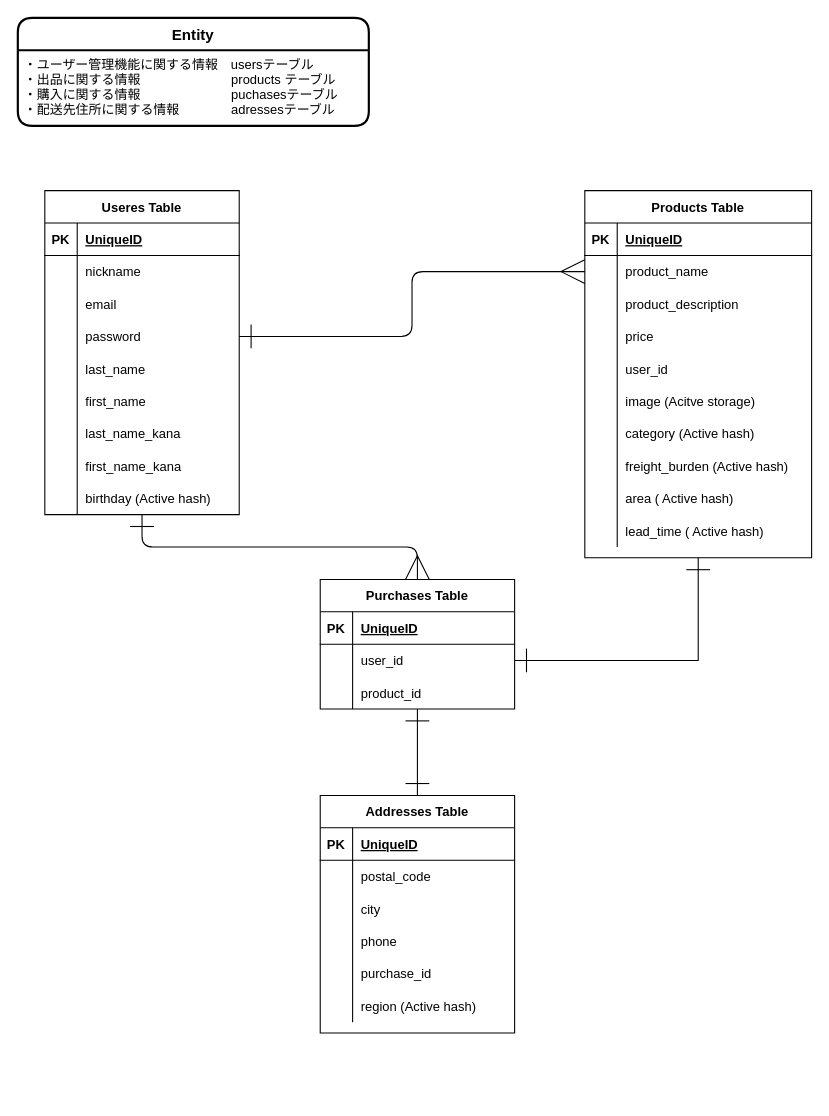
Earlier version of the draw.io diagram furima.dio (Toyosato-Yamaguchi/furima-34406). Source tidied: cells renumbered, new cells numbered last; positions are measured from the earlier drawing's top-left corner, leaving out a move shared by most shapes. Both pictures are drawn from the tidied source at 108%, with x=0, y=0 at pixel (17, 17).
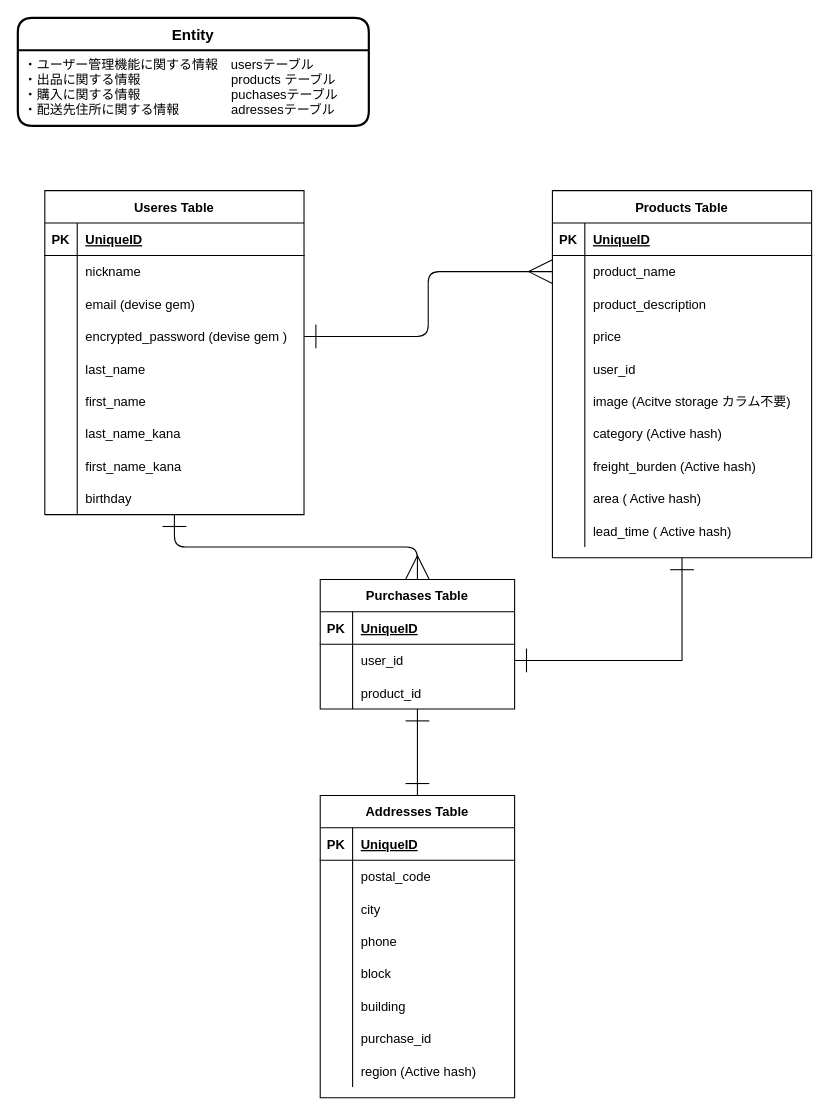
Above is the later version.

Change to the diagram source:
```diff
@@
     <mxCell id="4" value="Useres Table" style="shape=table;startSize=30;childLayout=tableLayout;rowLines=0;fontStyle=1;align=center;" parent="1" vertex="1">
-      <mxGeometry x="25" y="160" width="180" height="300" as="geometry" />
+      <mxGeometry x="25" y="160" width="240" height="300" as="geometry" />
     </mxCell>
     <mxCell id="5" style="shape=partialRectangle;fillColor=none;top=0;left=0;bottom=1;right=0;" parent="4" vertex="1">
-      <mxGeometry y="30" width="180" height="30" as="geometry" />
+      <mxGeometry y="30" width="240" height="30" as="geometry" />
     </mxCell>
@@
     <mxCell id="7" value="UniqueID" style="shape=partialRectangle;fillColor=none;top=0;left=0;bottom=0;right=0;align=left;spacingLeft=6;fontStyle=5;overflow=hidden;" parent="5" vertex="1">
-      <mxGeometry x="30" width="150" height="30" as="geometry" />
+      <mxGeometry x="30" width="210" height="30" as="geometry" />
     </mxCell>
     <mxCell id="8" style="shape=partialRectangle;fillColor=none;top=0;left=0;bottom=0;right=0;" parent="4" vertex="1">
-      <mxGeometry y="60" width="180" height="30" as="geometry" />
+      <mxGeometry y="60" width="240" height="30" as="geometry" />
     </mxCell>
@@
     <mxCell id="10" value="nickname" style="shape=partialRectangle;fillColor=none;top=0;left=0;bottom=0;right=0;align=left;spacingLeft=6;overflow=hidden;" parent="8" vertex="1">
-      <mxGeometry x="30" width="150" height="30" as="geometry" />
+      <mxGeometry x="30" width="210" height="30" as="geometry" />
     </mxCell>
     <mxCell id="11" style="shape=partialRectangle;fillColor=none;top=0;left=0;bottom=0;right=0;" parent="4" vertex="1">
-      <mxGeometry y="90" width="180" height="30" as="geometry" />
+      <mxGeometry y="90" width="240" height="30" as="geometry" />
     </mxCell>
@@
-    <mxCell id="13" value="email" style="shape=partialRectangle;fillColor=none;top=0;left=0;bottom=0;right=0;align=left;spacingLeft=6;overflow=hidden;" parent="11" vertex="1">
-      <mxGeometry x="30" width="150" height="30" as="geometry" />
+    <mxCell id="13" value="email (devise gem)" style="shape=partialRectangle;fillColor=none;top=0;left=0;bottom=0;right=0;align=left;spacingLeft=6;overflow=hidden;" parent="11" vertex="1">
+      <mxGeometry x="30" width="210" height="30" as="geometry" />
     </mxCell>
     <mxCell id="14" style="shape=partialRectangle;fillColor=none;top=0;left=0;bottom=0;right=0;points=[[0,0.5],[1,0.5]];portConstraint=eastwest;" parent="4" vertex="1">
-      <mxGeometry y="120" width="180" height="30" as="geometry" />
+      <mxGeometry y="120" width="240" height="30" as="geometry" />
     </mxCell>
@@
-    <mxCell id="16" value="password" style="shape=partialRectangle;fillColor=none;top=0;left=0;bottom=0;right=0;align=left;spacingLeft=6;overflow=hidden;" parent="14" vertex="1">
-      <mxGeometry x="30" width="150" height="30" as="geometry" />
+    <mxCell id="16" value="encrypted_password (devise gem )" style="shape=partialRectangle;fillColor=none;top=0;left=0;bottom=0;right=0;align=left;spacingLeft=6;overflow=hidden;" parent="14" vertex="1">
+      <mxGeometry x="30" width="210" height="30" as="geometry" />
     </mxCell>
     <mxCell id="17" style="shape=partialRectangle;fillColor=none;top=0;left=0;bottom=0;right=0;" parent="4" vertex="1">
-      <mxGeometry y="150" width="180" height="30" as="geometry" />
+      <mxGeometry y="150" width="240" height="30" as="geometry" />
     </mxCell>
@@
     <mxCell id="19" value="last_name" style="shape=partialRectangle;fillColor=none;top=0;left=0;bottom=0;right=0;align=left;spacingLeft=6;overflow=hidden;" parent="17" vertex="1">
-      <mxGeometry x="30" width="150" height="30" as="geometry" />
+      <mxGeometry x="30" width="210" height="30" as="geometry" />
     </mxCell>
     <mxCell id="20" style="shape=partialRectangle;fillColor=none;top=0;left=0;bottom=0;right=0;" parent="4" vertex="1">
-      <mxGeometry y="180" width="180" height="30" as="geometry" />
+      <mxGeometry y="180" width="240" height="30" as="geometry" />
     </mxCell>
@@
     <mxCell id="22" value="first_name" style="shape=partialRectangle;fillColor=none;top=0;left=0;bottom=0;right=0;align=left;spacingLeft=6;overflow=hidden;" parent="20" vertex="1">
-      <mxGeometry x="30" width="150" height="30" as="geometry" />
+      <mxGeometry x="30" width="210" height="30" as="geometry" />
     </mxCell>
     <mxCell id="23" style="shape=partialRectangle;fillColor=none;top=0;left=0;bottom=0;right=0;" parent="4" vertex="1">
-      <mxGeometry y="210" width="180" height="30" as="geometry" />
+      <mxGeometry y="210" width="240" height="30" as="geometry" />
     </mxCell>
@@
     <mxCell id="25" value="last_name_kana" style="shape=partialRectangle;fillColor=none;top=0;left=0;bottom=0;right=0;align=left;spacingLeft=6;overflow=hidden;" parent="23" vertex="1">
-      <mxGeometry x="30" width="150" height="30" as="geometry" />
+      <mxGeometry x="30" width="210" height="30" as="geometry" />
     </mxCell>
     <mxCell id="26" style="shape=partialRectangle;fillColor=none;top=0;left=0;bottom=0;right=0;" parent="4" vertex="1">
-      <mxGeometry y="240" width="180" height="30" as="geometry" />
+      <mxGeometry y="240" width="240" height="30" as="geometry" />
     </mxCell>
@@
     <mxCell id="28" value="first_name_kana" style="shape=partialRectangle;fillColor=none;top=0;left=0;bottom=0;right=0;align=left;spacingLeft=6;overflow=hidden;" parent="26" vertex="1">
-      <mxGeometry x="30" width="150" height="30" as="geometry" />
+      <mxGeometry x="30" width="210" height="30" as="geometry" />
     </mxCell>
     <mxCell id="29" style="shape=partialRectangle;fillColor=none;top=0;left=0;bottom=0;right=0;" parent="4" vertex="1">
-      <mxGeometry y="270" width="180" height="30" as="geometry" />
+      <mxGeometry y="270" width="240" height="30" as="geometry" />
     </mxCell>
@@
-    <mxCell id="31" value="birthday (Active hash)" style="shape=partialRectangle;fillColor=none;top=0;left=0;bottom=0;right=0;align=left;spacingLeft=6;overflow=hidden;" parent="29" vertex="1">
-      <mxGeometry x="30" width="150" height="30" as="geometry" />
+    <mxCell id="31" value="birthday" style="shape=partialRectangle;fillColor=none;top=0;left=0;bottom=0;right=0;align=left;spacingLeft=6;overflow=hidden;" parent="29" vertex="1">
+      <mxGeometry x="30" width="210" height="30" as="geometry" />
     </mxCell>
@@
     <mxCell id="33" value="Products Table" style="shape=table;startSize=30;childLayout=tableLayout;rowLines=0;fontStyle=1;align=center;" parent="1" vertex="1">
-      <mxGeometry x="525" y="160" width="210" height="340" as="geometry" />
+      <mxGeometry x="495" y="160" width="240" height="340" as="geometry" />
     </mxCell>
     <mxCell id="34" style="shape=partialRectangle;fillColor=none;top=0;left=0;bottom=1;right=0;" parent="33" vertex="1">
-      <mxGeometry y="30" width="210" height="30" as="geometry" />
+      <mxGeometry y="30" width="240" height="30" as="geometry" />
     </mxCell>
@@
     <mxCell id="36" value="UniqueID" style="shape=partialRectangle;fillColor=none;top=0;left=0;bottom=0;right=0;align=left;spacingLeft=6;fontStyle=5;overflow=hidden;" parent="34" vertex="1">
-      <mxGeometry x="30" width="180" height="30" as="geometry" />
+      <mxGeometry x="30" width="210" height="30" as="geometry" />
     </mxCell>
     <mxCell id="37" style="shape=partialRectangle;fillColor=none;top=0;left=0;bottom=0;right=0;points=[[0,0.5],[1,0.5]];portConstraint=eastwest;" parent="33" vertex="1">
-      <mxGeometry y="60" width="210" height="30" as="geometry" />
+      <mxGeometry y="60" width="240" height="30" as="geometry" />
     </mxCell>
@@
     <mxCell id="39" value="product_name" style="shape=partialRectangle;fillColor=none;top=0;left=0;bottom=0;right=0;align=left;spacingLeft=6;overflow=hidden;" parent="37" vertex="1">
-      <mxGeometry x="30" width="180" height="30" as="geometry" />
+      <mxGeometry x="30" width="210" height="30" as="geometry" />
     </mxCell>
     <mxCell id="40" style="shape=partialRectangle;fillColor=none;top=0;left=0;bottom=0;right=0;" parent="33" vertex="1">
-      <mxGeometry y="90" width="210" height="30" as="geometry" />
+      <mxGeometry y="90" width="240" height="30" as="geometry" />
     </mxCell>
@@
     <mxCell id="42" value="product_description" style="shape=partialRectangle;fillColor=none;top=0;left=0;bottom=0;right=0;align=left;spacingLeft=6;overflow=hidden;" parent="40" vertex="1">
-      <mxGeometry x="30" width="180" height="30" as="geometry" />
+      <mxGeometry x="30" width="210" height="30" as="geometry" />
     </mxCell>
     <mxCell id="43" style="shape=partialRectangle;fillColor=none;top=0;left=0;bottom=0;right=0;" parent="33" vertex="1">
-      <mxGeometry y="120" width="210" height="30" as="geometry" />
+      <mxGeometry y="120" width="240" height="30" as="geometry" />
     </mxCell>
@@
     <mxCell id="45" value="price" style="shape=partialRectangle;fillColor=none;top=0;left=0;bottom=0;right=0;align=left;spacingLeft=6;overflow=hidden;" parent="43" vertex="1">
-      <mxGeometry x="30" width="180" height="30" as="geometry" />
+      <mxGeometry x="30" width="210" height="30" as="geometry" />
     </mxCell>
     <mxCell id="46" style="shape=partialRectangle;fillColor=none;top=0;left=0;bottom=0;right=0;" parent="33" vertex="1">
-      <mxGeometry y="150" width="210" height="30" as="geometry" />
+      <mxGeometry y="150" width="240" height="30" as="geometry" />
     </mxCell>
@@
     <mxCell id="48" value="user_id" style="shape=partialRectangle;fillColor=none;top=0;left=0;bottom=0;right=0;align=left;spacingLeft=6;overflow=hidden;" parent="46" vertex="1">
-      <mxGeometry x="30" width="180" height="30" as="geometry" />
+      <mxGeometry x="30" width="210" height="30" as="geometry" />
     </mxCell>
     <mxCell id="49" style="shape=partialRectangle;fillColor=none;top=0;left=0;bottom=0;right=0;" parent="33" vertex="1">
-      <mxGeometry y="180" width="210" height="30" as="geometry" />
+      <mxGeometry y="180" width="240" height="30" as="geometry" />
     </mxCell>
@@
-    <mxCell id="51" value="image (Acitve storage)" style="shape=partialRectangle;fillColor=none;top=0;left=0;bottom=0;right=0;align=left;spacingLeft=6;overflow=hidden;" parent="49" vertex="1">
-      <mxGeometry x="30" width="180" height="30" as="geometry" />
+    <mxCell id="51" value="image (Acitve storage カラム不要)" style="shape=partialRectangle;fillColor=none;top=0;left=0;bottom=0;right=0;align=left;spacingLeft=6;overflow=hidden;" parent="49" vertex="1">
+      <mxGeometry x="30" width="210" height="30" as="geometry" />
     </mxCell>
     <mxCell id="52" style="shape=partialRectangle;fillColor=none;top=0;left=0;bottom=0;right=0;" parent="33" vertex="1">
-      <mxGeometry y="210" width="210" height="30" as="geometry" />
+      <mxGeometry y="210" width="240" height="30" as="geometry" />
     </mxCell>
@@
     <mxCell id="54" value="category (Active hash)" style="shape=partialRectangle;fillColor=none;top=0;left=0;bottom=0;right=0;align=left;spacingLeft=6;overflow=hidden;" parent="52" vertex="1">
-      <mxGeometry x="30" width="180" height="30" as="geometry" />
+      <mxGeometry x="30" width="210" height="30" as="geometry" />
     </mxCell>
     <mxCell id="55" style="shape=partialRectangle;fillColor=none;top=0;left=0;bottom=0;right=0;" parent="33" vertex="1">
-      <mxGeometry y="240" width="210" height="30" as="geometry" />
+      <mxGeometry y="240" width="240" height="30" as="geometry" />
     </mxCell>
@@
     <mxCell id="57" value="freight_burden (Active hash)" style="shape=partialRectangle;fillColor=none;top=0;left=0;bottom=0;right=0;align=left;spacingLeft=6;overflow=hidden;" parent="55" vertex="1">
-      <mxGeometry x="30" width="180" height="30" as="geometry" />
+      <mxGeometry x="30" width="210" height="30" as="geometry" />
     </mxCell>
     <mxCell id="58" style="shape=partialRectangle;fillColor=none;top=0;left=0;bottom=0;right=0;" parent="33" vertex="1">
-      <mxGeometry y="270" width="210" height="30" as="geometry" />
+      <mxGeometry y="270" width="240" height="30" as="geometry" />
     </mxCell>
@@
     <mxCell id="60" value="area ( Active hash)" style="shape=partialRectangle;fillColor=none;top=0;left=0;bottom=0;right=0;align=left;spacingLeft=6;overflow=hidden;" parent="58" vertex="1">
-      <mxGeometry x="30" width="180" height="30" as="geometry" />
+      <mxGeometry x="30" width="210" height="30" as="geometry" />
     </mxCell>
     <mxCell id="61" style="shape=partialRectangle;fillColor=none;top=0;left=0;bottom=0;right=0;" parent="33" vertex="1">
-      <mxGeometry y="300" width="210" height="30" as="geometry" />
+      <mxGeometry y="300" width="240" height="30" as="geometry" />
     </mxCell>
@@
     <mxCell id="63" value="lead_time ( Active hash)" style="shape=partialRectangle;fillColor=none;top=0;left=0;bottom=0;right=0;align=left;spacingLeft=6;overflow=hidden;" parent="61" vertex="1">
-      <mxGeometry x="30" width="180" height="30" as="geometry" />
+      <mxGeometry x="30" width="210" height="30" as="geometry" />
     </mxCell>
@@
     <mxCell id="75" value="Addresses Table" style="shape=table;startSize=30;childLayout=tableLayout;rowLines=0;fontStyle=1;align=center;" parent="1" vertex="1">
-      <mxGeometry x="280" y="720" width="180" height="220" as="geometry" />
+      <mxGeometry x="280" y="720" width="180" height="280" as="geometry" />
     </mxCell>
@@
+    <mxCell id="96" style="shape=partialRectangle;fillColor=none;top=0;left=0;bottom=0;right=0;" parent="75" vertex="1">
+      <mxGeometry y="150" width="180" height="30" as="geometry" />
+    </mxCell>
+    <mxCell id="97" style="shape=partialRectangle;fillColor=none;top=0;left=0;bottom=0;right=0;overflow=hidden;" parent="96" vertex="1">
+      <mxGeometry width="30" height="30" as="geometry" />
+    </mxCell>
+    <mxCell id="98" value="block" style="shape=partialRectangle;fillColor=none;top=0;left=0;bottom=0;right=0;align=left;spacingLeft=6;overflow=hidden;" parent="96" vertex="1">
+      <mxGeometry x="30" width="150" height="30" as="geometry" />
+    </mxCell>
+    <mxCell id="99" style="shape=partialRectangle;fillColor=none;top=0;left=0;bottom=0;right=0;" parent="75" vertex="1">
+      <mxGeometry y="180" width="180" height="30" as="geometry" />
+    </mxCell>
+    <mxCell id="100" style="shape=partialRectangle;fillColor=none;top=0;left=0;bottom=0;right=0;overflow=hidden;" parent="99" vertex="1">
+      <mxGeometry width="30" height="30" as="geometry" />
+    </mxCell>
+    <mxCell id="101" value="building" style="shape=partialRectangle;fillColor=none;top=0;left=0;bottom=0;right=0;align=left;spacingLeft=6;overflow=hidden;" parent="99" vertex="1">
+      <mxGeometry x="30" width="150" height="30" as="geometry" />
+    </mxCell>
     <mxCell id="88" style="shape=partialRectangle;fillColor=none;top=0;left=0;bottom=0;right=0;" parent="75" vertex="1">
-      <mxGeometry y="150" width="180" height="30" as="geometry" />
+      <mxGeometry y="210" width="180" height="30" as="geometry" />
     </mxCell>
@@
     <mxCell id="91" style="shape=partialRectangle;fillColor=none;top=0;left=0;bottom=0;right=0;" parent="75" vertex="1">
-      <mxGeometry y="180" width="180" height="30" as="geometry" />
+      <mxGeometry y="240" width="180" height="30" as="geometry" />
     </mxCell>
```
